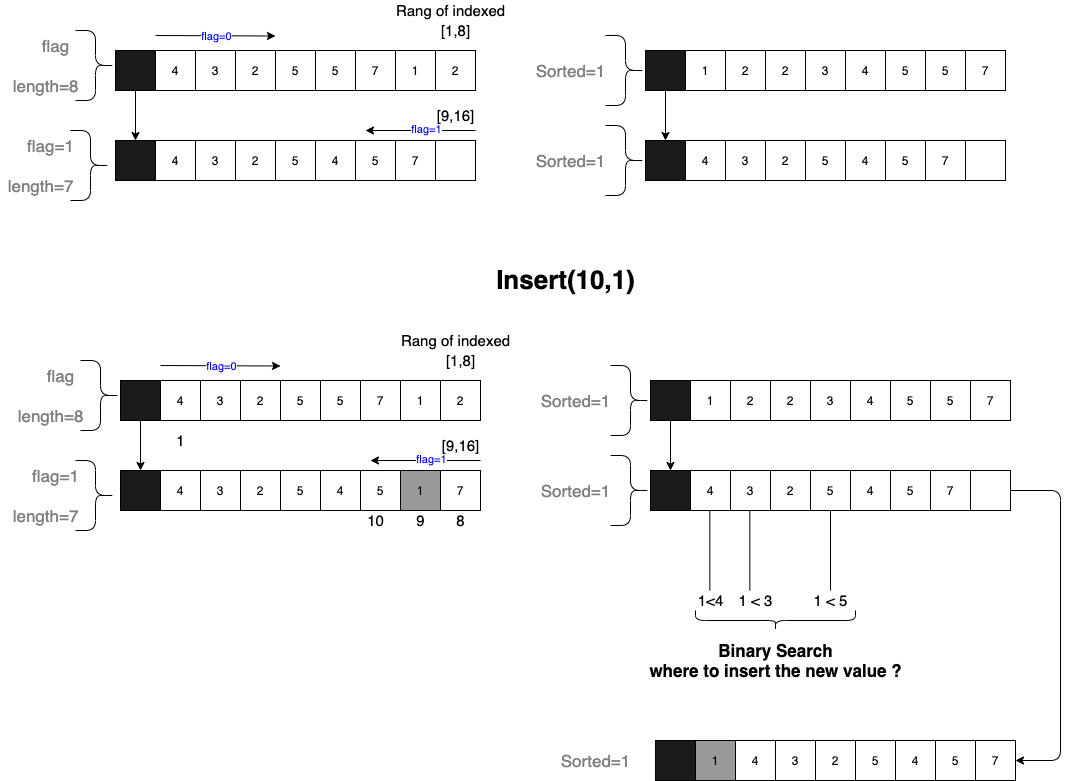
This is img/insert_ordered_sufficient_space.png from stevengogogo/DSA-KLeastElement, a draw.io export, as it was before one commit. Source tidied: cells renumbered, new cells last; positions are measured from the earlier drawing's top-left corner, leaving out a move shared by most shapes.
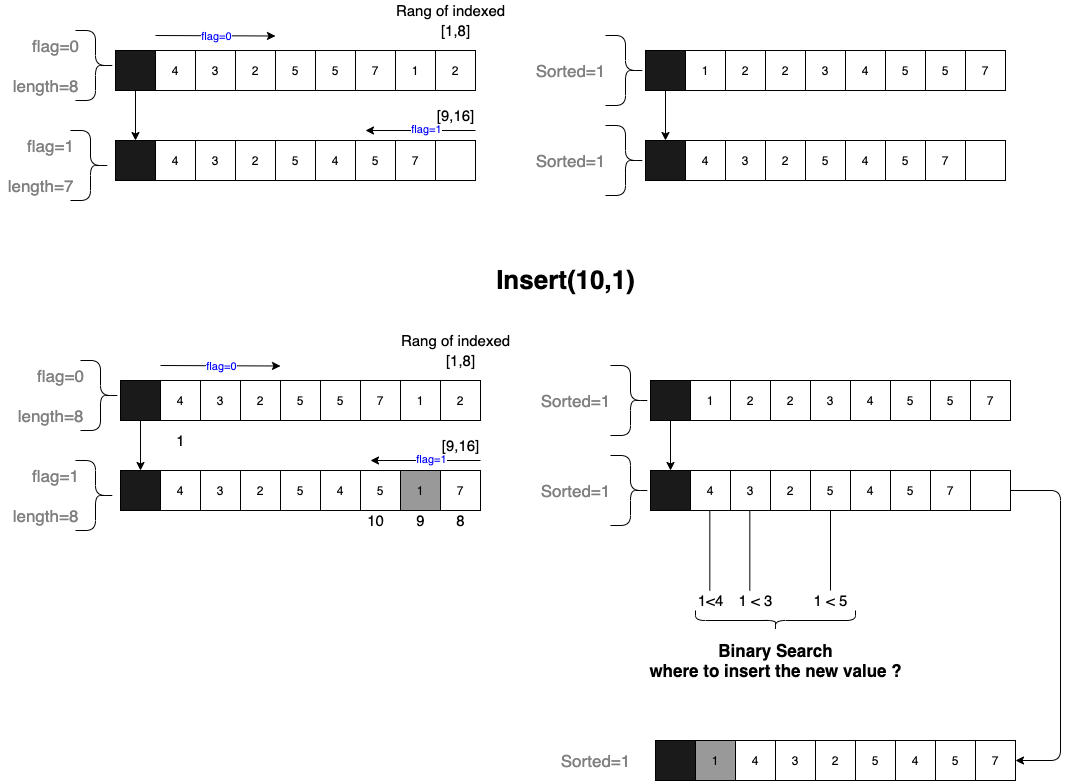
Above is the later version.

What changed in the source:
```diff
@@ -104,8 +104,8 @@
     <mxCell id="35" style="shape=curlyBracket;whiteSpace=wrap;html=1;rounded=1;flipH=1;fontSize=17;fontColor=#0000FF;" parent="1" vertex="1">
       <mxGeometry x="75" y="30" width="40" height="70" as="geometry" />
     </mxCell>
-    <mxCell id="36" value="flag" style="text;html=1;align=center;verticalAlign=middle;strokeColor=none;fontSize=17;fontColor=#808080;" parent="1" vertex="1">
-      <mxGeometry x="35" y="30" width="40" height="30" as="geometry" />
+    <mxCell id="36" value="flag=0" style="text;html=1;align=center;verticalAlign=middle;strokeColor=none;fontSize=17;fontColor=#808080;" parent="1" vertex="1">
+      <mxGeometry x="25" y="30" width="60" height="30" as="geometry" />
     </mxCell>
     <mxCell id="37" style="whiteSpace=wrap;html=1;fillColor=#1A1A1A;" parent="1" vertex="1">
       <mxGeometry x="115" y="50" width="40" height="40" as="geometry" />
@@ -286,8 +286,8 @@
     <mxCell id="93" style="shape=curlyBracket;whiteSpace=wrap;html=1;rounded=1;flipH=1;fontSize=17;fontColor=#0000FF;" parent="1" vertex="1">
       <mxGeometry x="80" y="360" width="40" height="70" as="geometry" />
     </mxCell>
-    <mxCell id="94" value="flag" style="text;html=1;align=center;verticalAlign=middle;strokeColor=none;fontSize=17;fontColor=#808080;" parent="1" vertex="1">
-      <mxGeometry x="40" y="360" width="40" height="30" as="geometry" />
+    <mxCell id="94" value="flag=0" style="text;html=1;align=center;verticalAlign=middle;strokeColor=none;fontSize=17;fontColor=#808080;" parent="1" vertex="1">
+      <mxGeometry x="30" y="360" width="60" height="30" as="geometry" />
     </mxCell>
     <mxCell id="95" style="whiteSpace=wrap;html=1;fillColor=#1A1A1A;" parent="1" vertex="1">
       <mxGeometry x="120" y="380" width="40" height="40" as="geometry" />
@@ -360,7 +360,7 @@
     <mxCell id="115" value="flag=1" style="text;html=1;align=center;verticalAlign=middle;strokeColor=none;fontSize=17;fontColor=#808080;" parent="1" vertex="1">
       <mxGeometry x="25" y="460" width="60" height="30" as="geometry" />
     </mxCell>
-    <mxCell id="116" value="length=7" style="text;html=1;align=center;verticalAlign=middle;strokeColor=none;fontSize=17;fontColor=#808080;" parent="1" vertex="1">
+    <mxCell id="116" value="length=8" style="text;html=1;align=center;verticalAlign=middle;strokeColor=none;fontSize=17;fontColor=#808080;" parent="1" vertex="1">
       <mxGeometry x="5" y="500" width="80" height="30" as="geometry" />
     </mxCell>
     <mxCell id="117" value="1" style="text;html=1;align=center;verticalAlign=middle;strokeColor=none;fontSize=15;" parent="1" vertex="1">
```
